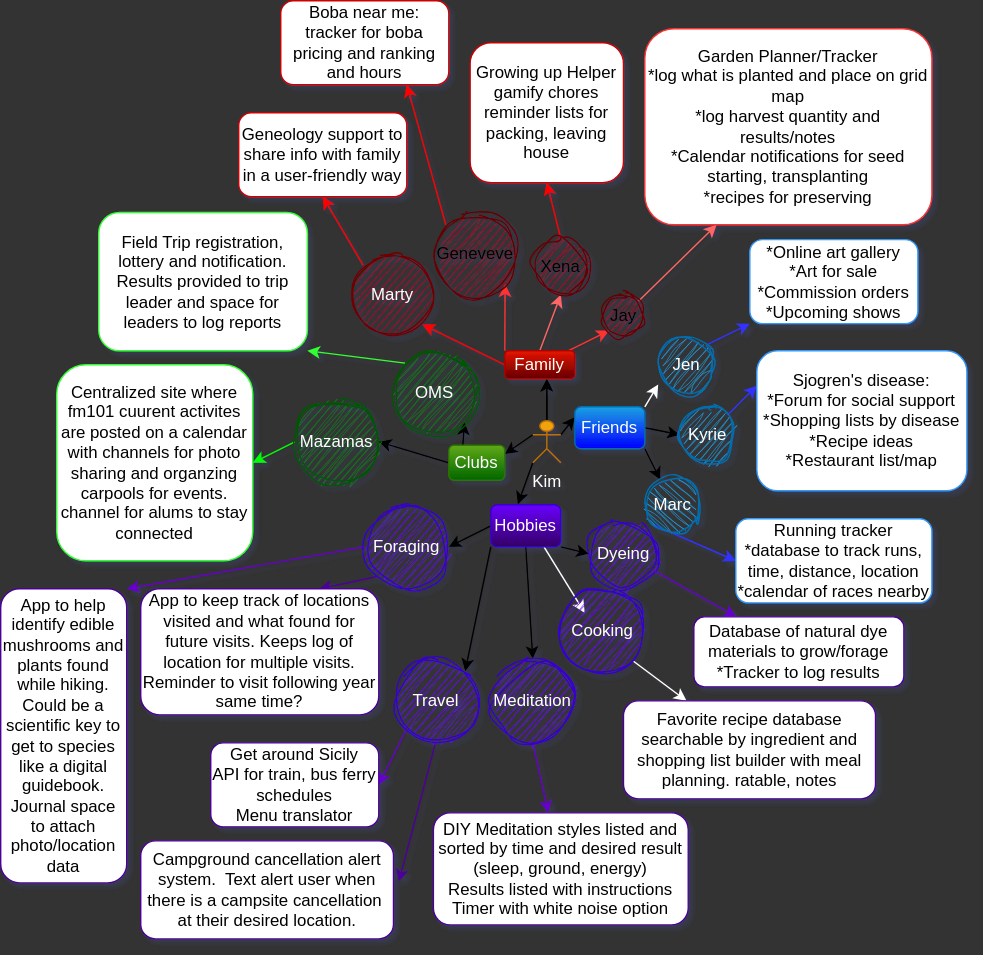
Above: idea-board.drawio.svg in kimmykokonut/capstone-idea-board (draw.io), before the change. Source tidied: cells renumbered, new cells last; positions are measured from the earlier drawing's top-left corner, leaving out a move shared by most shapes.
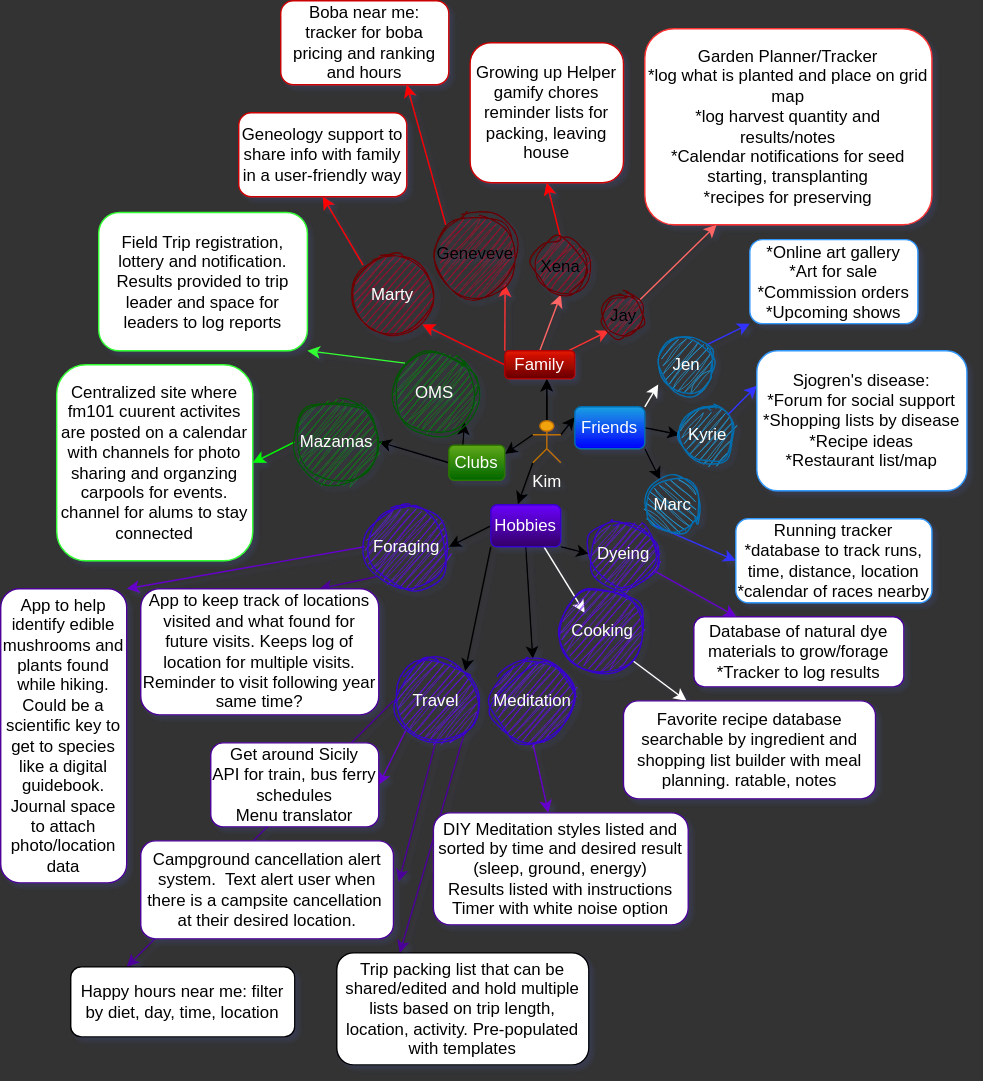
After the commit.

Commit message:
add another idea

Change to the diagram source:
```diff
@@ -170,6 +170,12 @@
     <mxCell id="54" style="edgeStyle=none;rounded=1;html=1;exitX=0.5;exitY=1;exitDx=0;exitDy=0;entryX=1.021;entryY=0.416;entryDx=0;entryDy=0;entryPerimeter=0;strokeColor=#4C0099;fontColor=#FFFFFF;" parent="1" edge="1" source="55" target="71">
       <mxGeometry relative="1" as="geometry" />
     </mxCell>
+    <mxCell id="73" style="edgeStyle=none;html=1;exitX=1;exitY=1;exitDx=0;exitDy=0;entryX=0.25;entryY=0;entryDx=0;entryDy=0;strokeColor=#4C0099;" parent="1" edge="1" source="55" target="75">
+      <mxGeometry relative="1" as="geometry" />
+    </mxCell>
+    <mxCell id="74" style="edgeStyle=none;html=1;exitX=0;exitY=0.5;exitDx=0;exitDy=0;strokeColor=#4C0099;entryX=0.25;entryY=0;entryDx=0;entryDy=0;" parent="1" edge="1" source="55" target="76">
+      <mxGeometry relative="1" as="geometry" />
+    </mxCell>
     <mxCell id="55" value="Travel" style="ellipse;whiteSpace=wrap;html=1;labelBackgroundColor=none;labelBorderColor=none;strokeColor=#3700CC;fillColor=#6a00ff;fontColor=#ffffff;rounded=1;sketch=1;curveFitting=1;jiggle=2;" parent="1" vertex="1">
       <mxGeometry x="280.5" y="470" width="60" height="60" as="geometry" />
     </mxCell>
@@ -224,5 +230,11 @@
     <mxCell id="72" value="App to help identify edible mushrooms and plants found while hiking. Could be a scientific key to get to species like a digital guidebook. Journal space to attach photo/location data" style="rounded=1;whiteSpace=wrap;html=1;strokeColor=#4C0099;shadow=0;glass=0;gradientColor=none;" parent="1" vertex="1">
       <mxGeometry y="420" width="90" height="210" as="geometry" />
     </mxCell>
+    <mxCell id="75" value="Trip packing list that can be shared/edited and hold multiple lists based on trip length, location, activity. Pre-populated with templates" style="rounded=1;whiteSpace=wrap;html=1;" parent="1" vertex="1">
+      <mxGeometry x="240" y="680" width="180" height="80" as="geometry" />
+    </mxCell>
+    <mxCell id="76" value="Happy hours near me: filter by diet, day, time, location" style="rounded=1;whiteSpace=wrap;html=1;" parent="1" vertex="1">
+      <mxGeometry x="50" y="690" width="160" height="50" as="geometry" />
+    </mxCell>
   </root>
 </mxGraphModel>
```
